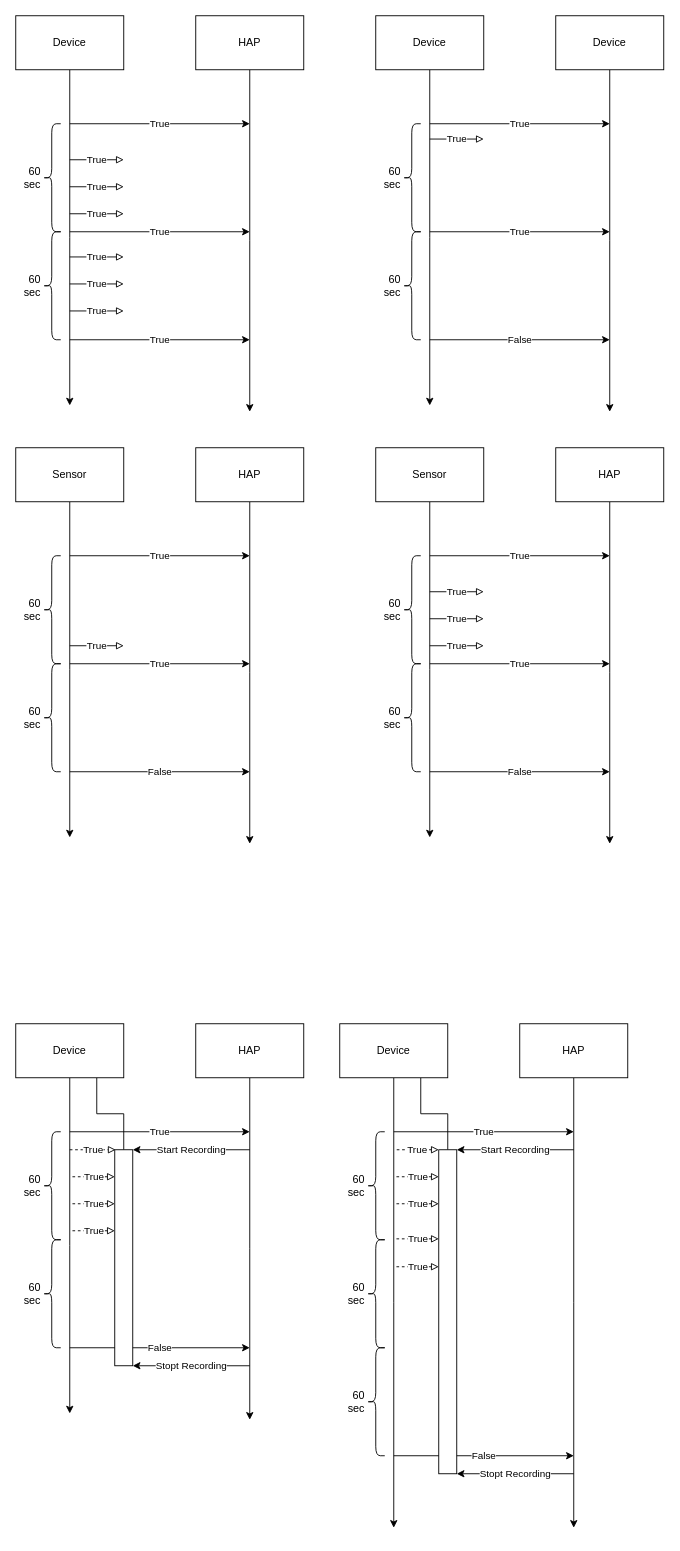
Before: hap md.drawio in dalgomfamily/dalgomfamily.github.io, a draw.io diagram. Source tidied: cells renumbered, new cells numbered last; positions are measured from the earlier drawing's top-left corner, leaving out a move shared by most shapes. Both pictures are drawn from the tidied source at 90%, with x=0, y=0 at pixel (15, 15).
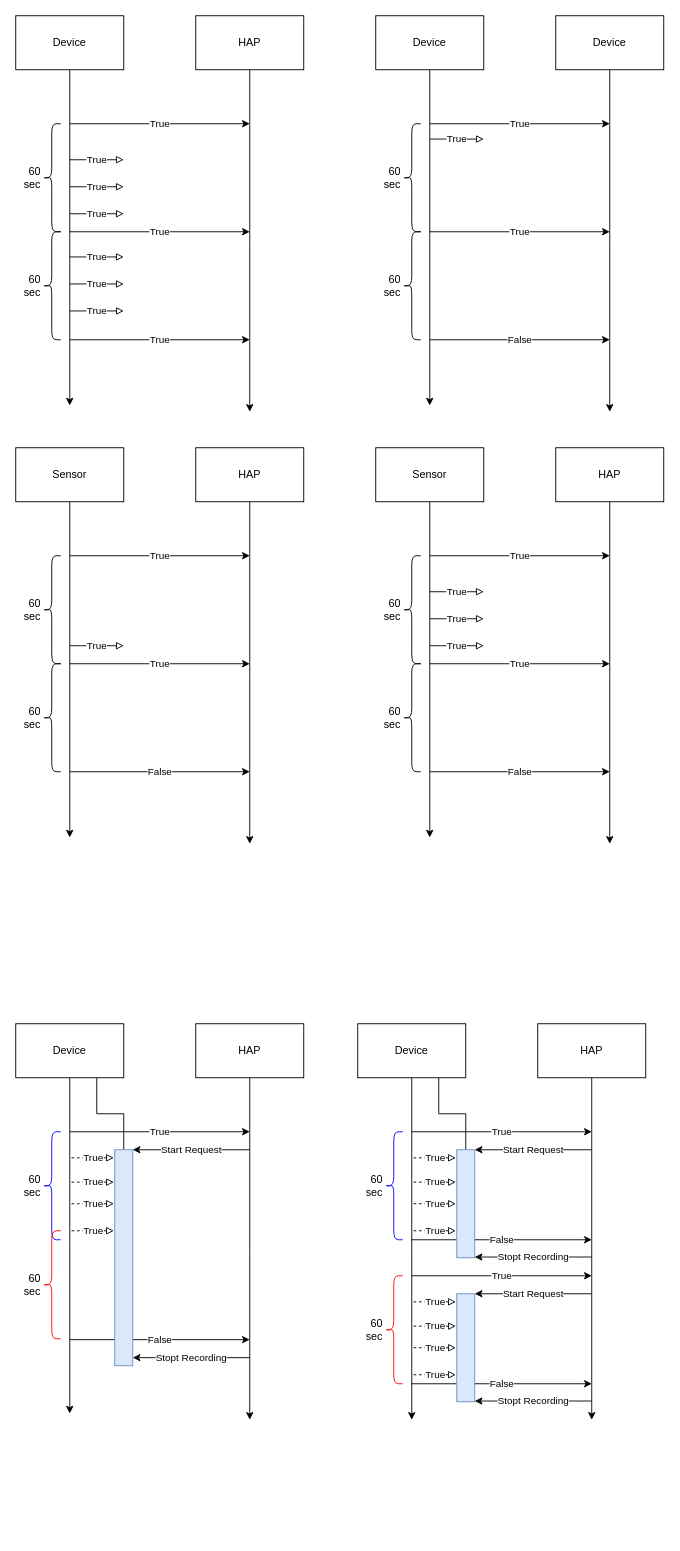
The same diagram, later.

Change to the diagram source:
```diff
@@
-    <mxCell id="55" value="60 sec" style="shape=curlyBracket;whiteSpace=wrap;html=1;rounded=1;labelPosition=left;verticalLabelPosition=middle;align=right;verticalAlign=middle;" parent="1" vertex="1">
+    <mxCell id="55" value="60 sec" style="shape=curlyBracket;whiteSpace=wrap;html=1;rounded=1;labelPosition=left;verticalLabelPosition=middle;align=right;verticalAlign=middle;strokeColor=#0000FF;" parent="1" vertex="1">
       <mxGeometry x="30" y="1240" width="20" height="120" as="geometry" />
     </mxCell>
-    <mxCell id="56" value="True" style="endArrow=block;html=1;rounded=0;strokeColor=default;align=center;verticalAlign=middle;fontFamily=Helvetica;fontSize=11;fontColor=default;labelBackgroundColor=default;endFill=0;dashed=1;entryX=-0.167;entryY=0.111;entryDx=0;entryDy=0;entryPerimeter=0;" parent="1" edge="1">
-      <mxGeometry relative="1" as="geometry">
-        <mxPoint x="60" y="1260" as="sourcePoint" />
-        <mxPoint x="111" y="1260" as="targetPoint" />
-      </mxGeometry>
-    </mxCell>
-    <mxCell id="57" value="60 sec" style="shape=curlyBracket;whiteSpace=wrap;html=1;rounded=1;labelPosition=left;verticalLabelPosition=middle;align=right;verticalAlign=middle;" parent="1" vertex="1">
-      <mxGeometry x="30" y="1360" width="20" height="120" as="geometry" />
+    <mxCell id="57" value="60 sec" style="shape=curlyBracket;whiteSpace=wrap;html=1;rounded=1;labelPosition=left;verticalLabelPosition=middle;align=right;verticalAlign=middle;strokeColor=#FF0000;" parent="1" vertex="1">
+      <mxGeometry x="30" y="1350" width="20" height="120" as="geometry" />
     </mxCell>
     <mxCell id="58" value="False" style="endArrow=classic;html=1;rounded=0;" parent="1" edge="1">
       <mxGeometry relative="1" as="geometry">
-        <mxPoint x="60" y="1480" as="sourcePoint" />
-        <mxPoint x="260" y="1480" as="targetPoint" />
+        <mxPoint x="60" y="1471" as="sourcePoint" />
+        <mxPoint x="260" y="1471" as="targetPoint" />
       </mxGeometry>
     </mxCell>
-    <mxCell id="59" style="rounded=0;whiteSpace=wrap;html=1;" parent="1" vertex="1">
+    <mxCell id="59" style="rounded=0;whiteSpace=wrap;html=1;fillColor=#dae8fc;strokeColor=#6c8ebf;" parent="1" vertex="1">
       <mxGeometry x="110" y="1260" width="20" height="240" as="geometry" />
     </mxCell>
-    <mxCell id="60" value="Start Recording" style="endArrow=classic;html=1;rounded=0;entryX=1;entryY=0;entryDx=0;entryDy=0;" parent="1" edge="1" target="59">
+    <mxCell id="60" value="Start Request" style="endArrow=classic;html=1;rounded=0;entryX=1;entryY=0;entryDx=0;entryDy=0;" parent="1" edge="1" target="59">
       <mxGeometry relative="1" as="geometry">
         <mxPoint x="260" y="1260" as="sourcePoint" />
       </mxGeometry>
     </mxCell>
     <mxCell id="61" value="True" style="endArrow=block;html=1;rounded=0;strokeColor=default;align=center;verticalAlign=middle;fontFamily=Helvetica;fontSize=11;fontColor=default;labelBackgroundColor=default;endFill=0;dashed=1;entryX=-0.167;entryY=0.111;entryDx=0;entryDy=0;entryPerimeter=0;" parent="1" edge="1">
       <mxGeometry relative="1" as="geometry">
-        <mxPoint x="63" y="1290" as="sourcePoint" />
-        <mxPoint x="110" y="1290" as="targetPoint" />
+        <mxPoint x="62" y="1296" as="sourcePoint" />
+        <mxPoint x="109" y="1296" as="targetPoint" />
       </mxGeometry>
     </mxCell>
     <mxCell id="62" value="True" style="endArrow=block;html=1;rounded=0;strokeColor=default;align=center;verticalAlign=middle;fontFamily=Helvetica;fontSize=11;fontColor=default;labelBackgroundColor=default;endFill=0;dashed=1;entryX=-0.167;entryY=0.111;entryDx=0;entryDy=0;entryPerimeter=0;" parent="1" edge="1">
       <mxGeometry relative="1" as="geometry">
-        <mxPoint x="63" y="1320" as="sourcePoint" />
-        <mxPoint x="110" y="1320" as="targetPoint" />
+        <mxPoint x="62" y="1320" as="sourcePoint" />
+        <mxPoint x="109" y="1320" as="targetPoint" />
       </mxGeometry>
     </mxCell>
     <mxCell id="63" value="Stopt Recording" style="endArrow=classic;html=1;rounded=0;entryX=1;entryY=0;entryDx=0;entryDy=0;" parent="1" edge="1">
       <mxGeometry relative="1" as="geometry">
-        <mxPoint x="260" y="1500" as="sourcePoint" />
-        <mxPoint x="130" y="1500" as="targetPoint" />
+        <mxPoint x="260" y="1491" as="sourcePoint" />
+        <mxPoint x="130" y="1491" as="targetPoint" />
       </mxGeometry>
     </mxCell>
     <mxCell id="64" value="True" style="endArrow=block;html=1;rounded=0;strokeColor=default;align=center;verticalAlign=middle;fontFamily=Helvetica;fontSize=11;fontColor=default;labelBackgroundColor=default;endFill=0;dashed=1;entryX=-0.167;entryY=0.111;entryDx=0;entryDy=0;entryPerimeter=0;" parent="1" edge="1">
       <mxGeometry relative="1" as="geometry">
-        <mxPoint x="63" y="1350" as="sourcePoint" />
-        <mxPoint x="110" y="1350" as="targetPoint" />
+        <mxPoint x="62" y="1350" as="sourcePoint" />
+        <mxPoint x="109" y="1350" as="targetPoint" />
       </mxGeometry>
     </mxCell>
-    <mxCell id="65" style="edgeStyle=orthogonalEdgeStyle;rounded=0;jettySize=auto;html=1;exitX=0.5;exitY=1;exitDx=0;exitDy=0;" parent="1" edge="1" source="67">
-      <mxGeometry relative="1" as="geometry">
-        <mxPoint x="420" y="1680" as="targetPoint" />
-      </mxGeometry>
-    </mxCell>
-    <mxCell id="66" style="edgeStyle=orthogonalEdgeStyle;rounded=0;jettySize=auto;html=1;exitX=0.75;exitY=1;exitDx=0;exitDy=0;entryX=0.5;entryY=0;entryDx=0;entryDy=0;endArrow=none;startFill=0;" parent="1" edge="1" source="67" target="75">
-      <mxGeometry relative="1" as="geometry" />
-    </mxCell>
+    <mxCell id="83" value="True" style="endArrow=block;html=1;rounded=0;strokeColor=default;align=center;verticalAlign=middle;fontFamily=Helvetica;fontSize=11;fontColor=default;labelBackgroundColor=default;endFill=0;dashed=1;entryX=-0.167;entryY=0.111;entryDx=0;entryDy=0;entryPerimeter=0;" parent="1" edge="1">
+      <mxGeometry relative="1" as="geometry">
+        <mxPoint x="62" y="1269" as="sourcePoint" />
+        <mxPoint x="109" y="1269" as="targetPoint" />
+      </mxGeometry>
+    </mxCell>
+    <mxCell id="84" style="edgeStyle=orthogonalEdgeStyle;rounded=0;jettySize=auto;html=1;exitX=0.5;exitY=1;exitDx=0;exitDy=0;" parent="1" edge="1" source="67">
+      <mxGeometry relative="1" as="geometry">
+        <mxPoint x="440" y="1560" as="targetPoint" />
+      </mxGeometry>
+    </mxCell>
+    <mxCell id="85" style="edgeStyle=orthogonalEdgeStyle;rounded=0;jettySize=auto;html=1;exitX=0.75;exitY=1;exitDx=0;exitDy=0;entryX=0.5;entryY=0;entryDx=0;entryDy=0;endArrow=none;startFill=0;" parent="1" edge="1" source="67" target="90">
+      <mxGeometry relative="1" as="geometry" />
+    </mxCell>
     <mxCell id="67" value="Device" style="rounded=0;whiteSpace=wrap;html=1;" parent="1" vertex="1">
-      <mxGeometry x="360" y="1120" width="120" height="60" as="geometry" />
+      <mxGeometry x="380" y="1120" width="120" height="60" as="geometry" />
     </mxCell>
-    <mxCell id="68" style="edgeStyle=orthogonalEdgeStyle;rounded=0;jettySize=auto;html=1;exitX=0.5;exitY=1;exitDx=0;exitDy=0;" parent="1" edge="1" source="69">
-      <mxGeometry relative="1" as="geometry">
-        <mxPoint x="620" y="1680" as="targetPoint" />
-      </mxGeometry>
-    </mxCell>
+    <mxCell id="86" style="edgeStyle=orthogonalEdgeStyle;rounded=0;jettySize=auto;html=1;exitX=0.5;exitY=1;exitDx=0;exitDy=0;" parent="1" edge="1" source="69">
+      <mxGeometry relative="1" as="geometry">
+        <mxPoint x="640" y="1560" as="targetPoint" />
+      </mxGeometry>
+    </mxCell>
     <mxCell id="69" value="HAP" style="rounded=0;whiteSpace=wrap;html=1;" parent="1" vertex="1">
-      <mxGeometry x="560" y="1120" width="120" height="60" as="geometry" />
+      <mxGeometry x="580" y="1120" width="120" height="60" as="geometry" />
     </mxCell>
-    <mxCell id="70" value="True" style="endArrow=classic;html=1;rounded=0;" parent="1" edge="1">
-      <mxGeometry relative="1" as="geometry">
-        <mxPoint x="420" y="1240" as="sourcePoint" />
-        <mxPoint x="620" y="1240" as="targetPoint" />
-      </mxGeometry>
-    </mxCell>
-    <mxCell id="71" value="60 sec" style="shape=curlyBracket;whiteSpace=wrap;html=1;rounded=1;labelPosition=left;verticalLabelPosition=middle;align=right;verticalAlign=middle;" parent="1" vertex="1">
-      <mxGeometry x="390" y="1240" width="20" height="120" as="geometry" />
-    </mxCell>
-    <mxCell id="72" value="True" style="endArrow=block;html=1;rounded=0;strokeColor=default;align=center;verticalAlign=middle;fontFamily=Helvetica;fontSize=11;fontColor=default;labelBackgroundColor=default;endFill=0;dashed=1;entryX=-0.167;entryY=0.111;entryDx=0;entryDy=0;entryPerimeter=0;" parent="1" edge="1">
-      <mxGeometry relative="1" as="geometry">
-        <mxPoint x="423.3" y="1260" as="sourcePoint" />
-        <mxPoint x="470" y="1260" as="targetPoint" />
-      </mxGeometry>
-    </mxCell>
-    <mxCell id="73" value="60 sec" style="shape=curlyBracket;whiteSpace=wrap;html=1;rounded=1;labelPosition=left;verticalLabelPosition=middle;align=right;verticalAlign=middle;" parent="1" vertex="1">
-      <mxGeometry x="390" y="1360" width="20" height="120" as="geometry" />
-    </mxCell>
-    <mxCell id="74" value="False" style="endArrow=classic;html=1;rounded=0;" parent="1" edge="1">
-      <mxGeometry relative="1" as="geometry">
-        <mxPoint x="420" y="1600" as="sourcePoint" />
-        <mxPoint x="620" y="1600" as="targetPoint" />
-      </mxGeometry>
-    </mxCell>
-    <mxCell id="75" style="rounded=0;whiteSpace=wrap;html=1;" parent="1" vertex="1">
-      <mxGeometry x="470" y="1260" width="20" height="360" as="geometry" />
-    </mxCell>
-    <mxCell id="76" value="Start Recording" style="endArrow=classic;html=1;rounded=0;entryX=1;entryY=0;entryDx=0;entryDy=0;" parent="1" edge="1" target="75">
-      <mxGeometry relative="1" as="geometry">
-        <mxPoint x="620" y="1260" as="sourcePoint" />
-      </mxGeometry>
-    </mxCell>
-    <mxCell id="77" value="True" style="endArrow=block;html=1;rounded=0;strokeColor=default;align=center;verticalAlign=middle;fontFamily=Helvetica;fontSize=11;fontColor=default;labelBackgroundColor=default;endFill=0;dashed=1;entryX=-0.167;entryY=0.111;entryDx=0;entryDy=0;entryPerimeter=0;" parent="1" edge="1">
-      <mxGeometry relative="1" as="geometry">
-        <mxPoint x="423" y="1290" as="sourcePoint" />
-        <mxPoint x="470" y="1290" as="targetPoint" />
-      </mxGeometry>
-    </mxCell>
-    <mxCell id="78" value="True" style="endArrow=block;html=1;rounded=0;strokeColor=default;align=center;verticalAlign=middle;fontFamily=Helvetica;fontSize=11;fontColor=default;labelBackgroundColor=default;endFill=0;dashed=1;entryX=-0.167;entryY=0.111;entryDx=0;entryDy=0;entryPerimeter=0;" parent="1" edge="1">
-      <mxGeometry relative="1" as="geometry">
-        <mxPoint x="423" y="1320" as="sourcePoint" />
-        <mxPoint x="470" y="1320" as="targetPoint" />
-      </mxGeometry>
-    </mxCell>
-    <mxCell id="79" value="Stopt Recording" style="endArrow=classic;html=1;rounded=0;entryX=1;entryY=0;entryDx=0;entryDy=0;" parent="1" edge="1">
-      <mxGeometry relative="1" as="geometry">
-        <mxPoint x="620" y="1620" as="sourcePoint" />
-        <mxPoint x="490" y="1620" as="targetPoint" />
-      </mxGeometry>
-    </mxCell>
-    <mxCell id="80" value="True" style="endArrow=block;html=1;rounded=0;strokeColor=default;align=center;verticalAlign=middle;fontFamily=Helvetica;fontSize=11;fontColor=default;labelBackgroundColor=default;endFill=0;dashed=1;entryX=-0.167;entryY=0.111;entryDx=0;entryDy=0;entryPerimeter=0;" parent="1" edge="1">
-      <mxGeometry relative="1" as="geometry">
-        <mxPoint x="423" y="1359" as="sourcePoint" />
-        <mxPoint x="470" y="1359" as="targetPoint" />
-      </mxGeometry>
-    </mxCell>
-    <mxCell id="81" value="True" style="endArrow=block;html=1;rounded=0;strokeColor=default;align=center;verticalAlign=middle;fontFamily=Helvetica;fontSize=11;fontColor=default;labelBackgroundColor=default;endFill=0;dashed=1;entryX=-0.167;entryY=0.111;entryDx=0;entryDy=0;entryPerimeter=0;" parent="1" edge="1">
-      <mxGeometry relative="1" as="geometry">
-        <mxPoint x="423" y="1390" as="sourcePoint" />
-        <mxPoint x="470" y="1390" as="targetPoint" />
-      </mxGeometry>
-    </mxCell>
-    <mxCell id="82" value="60 sec" style="shape=curlyBracket;whiteSpace=wrap;html=1;rounded=1;labelPosition=left;verticalLabelPosition=middle;align=right;verticalAlign=middle;" parent="1" vertex="1">
-      <mxGeometry x="390" y="1480" width="20" height="120" as="geometry" />
-    </mxCell>
+    <mxCell id="87" value="True" style="endArrow=classic;html=1;rounded=0;" parent="1" edge="1">
+      <mxGeometry relative="1" as="geometry">
+        <mxPoint x="440" y="1240" as="sourcePoint" />
+        <mxPoint x="640" y="1240" as="targetPoint" />
+      </mxGeometry>
+    </mxCell>
+    <mxCell id="88" value="60 sec" style="shape=curlyBracket;whiteSpace=wrap;html=1;rounded=1;labelPosition=left;verticalLabelPosition=middle;align=right;verticalAlign=middle;strokeColor=#0000FF;fontFamily=Helvetica;fontSize=12;fontColor=default;fillColor=default;" parent="1" vertex="1">
+      <mxGeometry x="410" y="1240" width="20" height="120" as="geometry" />
+    </mxCell>
+    <mxCell id="89" value="False" style="endArrow=classic;html=1;rounded=0;" parent="1" edge="1">
+      <mxGeometry relative="1" as="geometry">
+        <mxPoint x="440" y="1360" as="sourcePoint" />
+        <mxPoint x="640" y="1360" as="targetPoint" />
+      </mxGeometry>
+    </mxCell>
+    <mxCell id="90" style="rounded=0;whiteSpace=wrap;html=1;fillColor=#dae8fc;strokeColor=#6c8ebf;" parent="1" vertex="1">
+      <mxGeometry x="490" y="1260" width="20" height="120" as="geometry" />
+    </mxCell>
+    <mxCell id="91" value="Start Request" style="endArrow=classic;html=1;rounded=0;entryX=1;entryY=0;entryDx=0;entryDy=0;" parent="1" edge="1" target="90">
+      <mxGeometry relative="1" as="geometry">
+        <mxPoint x="640" y="1260" as="sourcePoint" />
+      </mxGeometry>
+    </mxCell>
+    <mxCell id="92" value="True" style="endArrow=block;html=1;rounded=0;strokeColor=default;align=center;verticalAlign=middle;fontFamily=Helvetica;fontSize=11;fontColor=default;labelBackgroundColor=default;endFill=0;dashed=1;entryX=-0.167;entryY=0.111;entryDx=0;entryDy=0;entryPerimeter=0;" parent="1" edge="1">
+      <mxGeometry relative="1" as="geometry">
+        <mxPoint x="442" y="1296" as="sourcePoint" />
+        <mxPoint x="489" y="1296" as="targetPoint" />
+      </mxGeometry>
+    </mxCell>
+    <mxCell id="93" value="True" style="endArrow=block;html=1;rounded=0;strokeColor=default;align=center;verticalAlign=middle;fontFamily=Helvetica;fontSize=11;fontColor=default;labelBackgroundColor=default;endFill=0;dashed=1;entryX=-0.167;entryY=0.111;entryDx=0;entryDy=0;entryPerimeter=0;" parent="1" edge="1">
+      <mxGeometry relative="1" as="geometry">
+        <mxPoint x="442" y="1320" as="sourcePoint" />
+        <mxPoint x="489" y="1320" as="targetPoint" />
+      </mxGeometry>
+    </mxCell>
+    <mxCell id="94" value="Stopt Recording" style="endArrow=classic;html=1;rounded=0;entryX=1;entryY=0;entryDx=0;entryDy=0;" parent="1" edge="1">
+      <mxGeometry relative="1" as="geometry">
+        <mxPoint x="640" y="1379.2" as="sourcePoint" />
+        <mxPoint x="510" y="1379.2" as="targetPoint" />
+      </mxGeometry>
+    </mxCell>
+    <mxCell id="95" value="True" style="endArrow=block;html=1;rounded=0;strokeColor=default;align=center;verticalAlign=middle;fontFamily=Helvetica;fontSize=11;fontColor=default;labelBackgroundColor=default;endFill=0;dashed=1;entryX=-0.167;entryY=0.111;entryDx=0;entryDy=0;entryPerimeter=0;" parent="1" edge="1">
+      <mxGeometry relative="1" as="geometry">
+        <mxPoint x="442" y="1350" as="sourcePoint" />
+        <mxPoint x="489" y="1350" as="targetPoint" />
+      </mxGeometry>
+    </mxCell>
+    <mxCell id="96" value="True" style="endArrow=block;html=1;rounded=0;strokeColor=default;align=center;verticalAlign=middle;fontFamily=Helvetica;fontSize=11;fontColor=default;labelBackgroundColor=default;endFill=0;dashed=1;entryX=-0.167;entryY=0.111;entryDx=0;entryDy=0;entryPerimeter=0;" parent="1" edge="1">
+      <mxGeometry relative="1" as="geometry">
+        <mxPoint x="442" y="1269" as="sourcePoint" />
+        <mxPoint x="489" y="1269" as="targetPoint" />
+      </mxGeometry>
+    </mxCell>
+    <mxCell id="97" value="True" style="endArrow=classic;html=1;rounded=0;" parent="1" edge="1">
+      <mxGeometry relative="1" as="geometry">
+        <mxPoint x="440" y="1400" as="sourcePoint" />
+        <mxPoint x="640" y="1400" as="targetPoint" />
+      </mxGeometry>
+    </mxCell>
+    <mxCell id="98" value="60 sec" style="shape=curlyBracket;whiteSpace=wrap;html=1;rounded=1;labelPosition=left;verticalLabelPosition=middle;align=right;verticalAlign=middle;strokeColor=#FF0000;fontFamily=Helvetica;fontSize=12;fontColor=default;fillColor=default;" parent="1" vertex="1">
+      <mxGeometry x="410" y="1400" width="20" height="120" as="geometry" />
+    </mxCell>
+    <mxCell id="99" value="False" style="endArrow=classic;html=1;rounded=0;" parent="1" edge="1">
+      <mxGeometry relative="1" as="geometry">
+        <mxPoint x="440" y="1520" as="sourcePoint" />
+        <mxPoint x="640" y="1520" as="targetPoint" />
+      </mxGeometry>
+    </mxCell>
+    <mxCell id="100" style="rounded=0;whiteSpace=wrap;html=1;fillColor=#dae8fc;strokeColor=#6c8ebf;" parent="1" vertex="1">
+      <mxGeometry x="490" y="1420" width="20" height="120" as="geometry" />
+    </mxCell>
+    <mxCell id="101" value="Start Request" style="endArrow=classic;html=1;rounded=0;entryX=1;entryY=0;entryDx=0;entryDy=0;" parent="1" edge="1" target="100">
+      <mxGeometry relative="1" as="geometry">
+        <mxPoint x="640" y="1420" as="sourcePoint" />
+      </mxGeometry>
+    </mxCell>
+    <mxCell id="102" value="True" style="endArrow=block;html=1;rounded=0;strokeColor=default;align=center;verticalAlign=middle;fontFamily=Helvetica;fontSize=11;fontColor=default;labelBackgroundColor=default;endFill=0;dashed=1;entryX=-0.167;entryY=0.111;entryDx=0;entryDy=0;entryPerimeter=0;" parent="1" edge="1">
+      <mxGeometry relative="1" as="geometry">
+        <mxPoint x="442" y="1456" as="sourcePoint" />
+        <mxPoint x="489" y="1456" as="targetPoint" />
+      </mxGeometry>
+    </mxCell>
+    <mxCell id="103" value="True" style="endArrow=block;html=1;rounded=0;strokeColor=default;align=center;verticalAlign=middle;fontFamily=Helvetica;fontSize=11;fontColor=default;labelBackgroundColor=default;endFill=0;dashed=1;entryX=-0.167;entryY=0.111;entryDx=0;entryDy=0;entryPerimeter=0;" parent="1" edge="1">
+      <mxGeometry relative="1" as="geometry">
+        <mxPoint x="442" y="1480" as="sourcePoint" />
+        <mxPoint x="489" y="1480" as="targetPoint" />
+      </mxGeometry>
+    </mxCell>
+    <mxCell id="104" value="Stopt Recording" style="endArrow=classic;html=1;rounded=0;entryX=1;entryY=0;entryDx=0;entryDy=0;" parent="1" edge="1">
+      <mxGeometry relative="1" as="geometry">
+        <mxPoint x="640" y="1539.2" as="sourcePoint" />
+        <mxPoint x="510" y="1539.2" as="targetPoint" />
+      </mxGeometry>
+    </mxCell>
+    <mxCell id="105" value="True" style="endArrow=block;html=1;rounded=0;strokeColor=default;align=center;verticalAlign=middle;fontFamily=Helvetica;fontSize=11;fontColor=default;labelBackgroundColor=default;endFill=0;dashed=1;entryX=-0.167;entryY=0.111;entryDx=0;entryDy=0;entryPerimeter=0;" parent="1" edge="1">
+      <mxGeometry relative="1" as="geometry">
+        <mxPoint x="442" y="1510" as="sourcePoint" />
+        <mxPoint x="489" y="1510" as="targetPoint" />
+      </mxGeometry>
+    </mxCell>
+    <mxCell id="106" value="True" style="endArrow=block;html=1;rounded=0;strokeColor=default;align=center;verticalAlign=middle;fontFamily=Helvetica;fontSize=11;fontColor=default;labelBackgroundColor=default;endFill=0;dashed=1;entryX=-0.167;entryY=0.111;entryDx=0;entryDy=0;entryPerimeter=0;" parent="1" edge="1">
+      <mxGeometry relative="1" as="geometry">
+        <mxPoint x="442" y="1429" as="sourcePoint" />
+        <mxPoint x="489" y="1429" as="targetPoint" />
+      </mxGeometry>
+    </mxCell>
```
